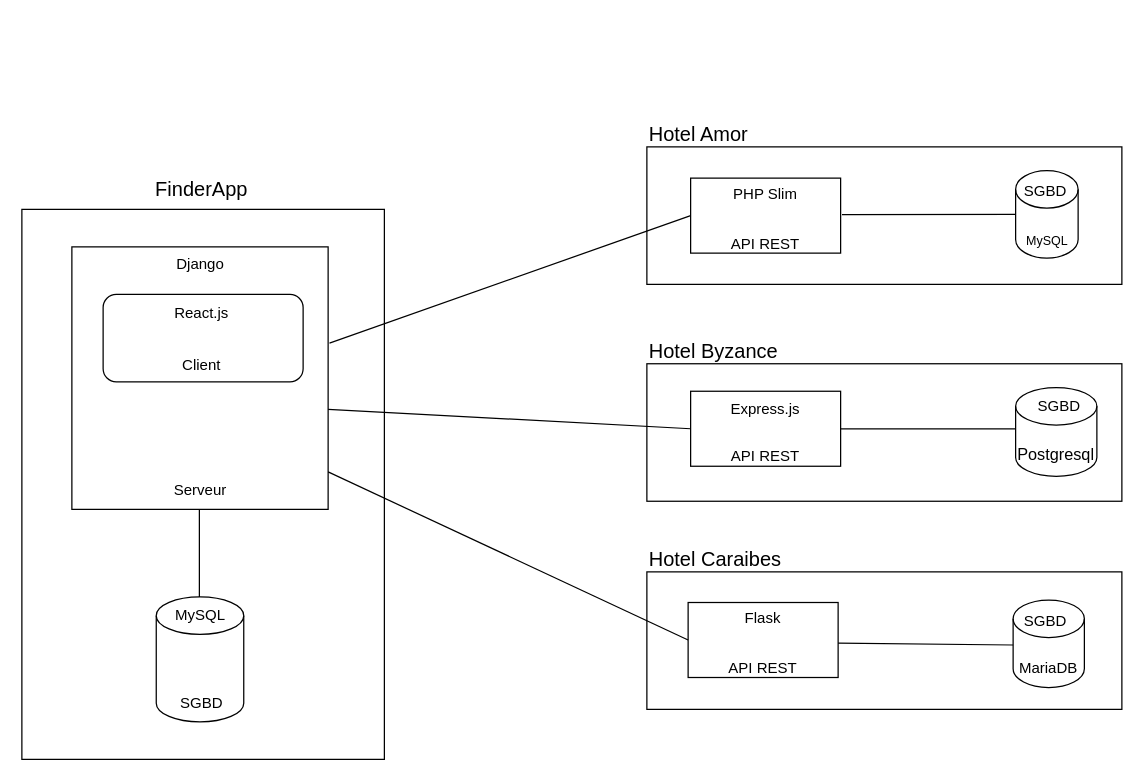
Earlier version of the draw.io diagram docs/finder_deployment.drawio (zh-betina/finder). Source tidied: cells renumbered, new cells numbered last; positions are measured from the earlier drawing's top-left corner, leaving out a move shared by most shapes. Both pictures are drawn from the tidied source at 125%, with x=0, y=0 at pixel (21, 121).
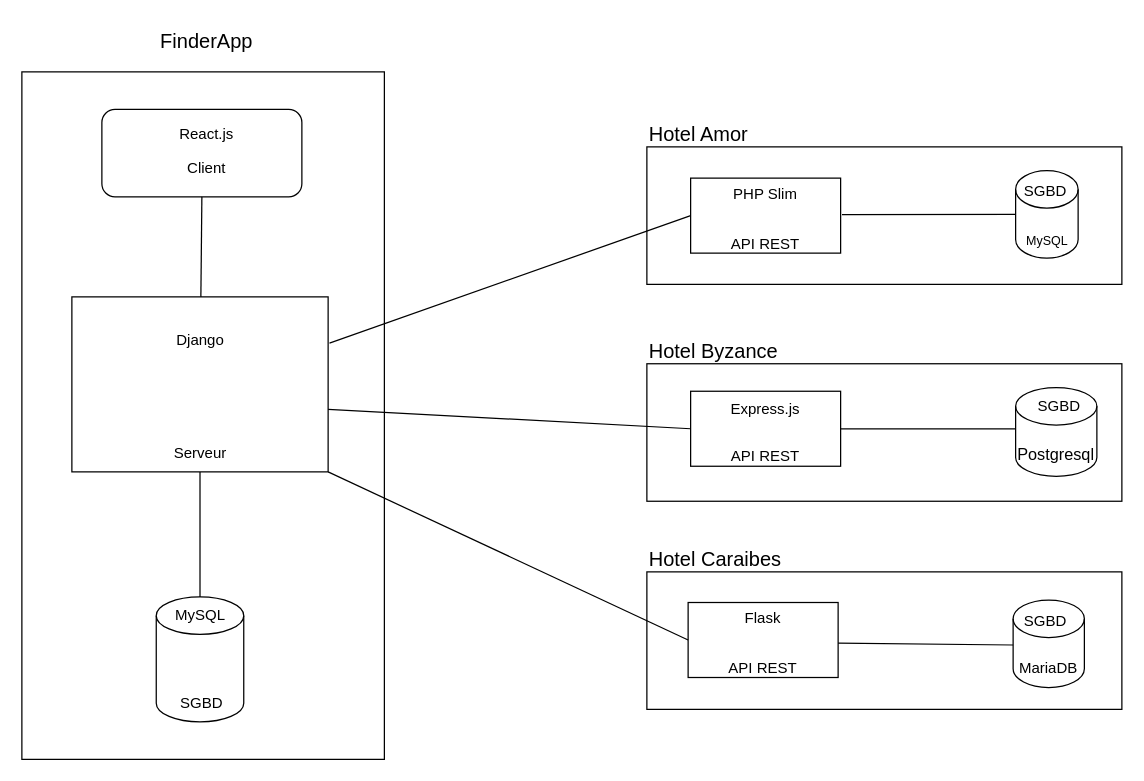
After the change.

The change refers to these unchanged cells:
```xml
<mxCell id="13" value="MySQL" style="text;html=1;strokeColor=none;fillColor=none;align=center;verticalAlign=middle;whiteSpace=wrap;rounded=0;fontSize=12;" parent="1" vertex="1">
  <mxGeometry x="112.5" y="380" width="60" height="30" as="geometry" />
</mxCell>
```

Diff of the diagram source:
```diff
@@
     <mxCell id="2" style="rounded=0;whiteSpace=wrap;html=1;" parent="1" vertex="1">
-      <mxGeometry y="70" width="290" height="440" as="geometry" />
+      <mxGeometry y="-40" width="290" height="550" as="geometry" />
     </mxCell>
     <mxCell id="3" value="&lt;font style=&quot;font-size: 16px;&quot;&gt;FinderApp&lt;/font&gt;" style="text;html=1;strokeColor=none;fillColor=none;align=center;verticalAlign=middle;whiteSpace=wrap;rounded=0;" parent="1" vertex="1">
-      <mxGeometry x="114" y="39" width="60" height="30" as="geometry" />
+      <mxGeometry x="117.5" y="-80" width="60" height="30" as="geometry" />
     </mxCell>
     <mxCell id="4" style="rounded=0;whiteSpace=wrap;html=1;" parent="1" vertex="1">
-      <mxGeometry x="40" y="100" width="205" height="210" as="geometry" />
+      <mxGeometry x="40" y="140" width="205" height="140" as="geometry" />
     </mxCell>
     <mxCell id="5" style="rounded=1;whiteSpace=wrap;html=1;" parent="1" vertex="1">
-      <mxGeometry x="65" y="138" width="160" height="70" as="geometry" />
+      <mxGeometry x="64" y="-10" width="160" height="70" as="geometry" />
     </mxCell>
@@
-    <mxCell id="7" style="endArrow=none;html=1;rounded=0;" parent="1" edge="1">
-      <mxGeometry relative="1" as="geometry">
-        <mxPoint x="142" y="380" as="sourcePoint" />
-        <mxPoint x="142" y="310" as="targetPoint" />
-      </mxGeometry>
-    </mxCell>
     <mxCell id="8" value="&lt;font style=&quot;font-size: 12px;&quot;&gt;Client&lt;/font&gt;" style="text;html=1;strokeColor=none;fillColor=none;align=center;verticalAlign=middle;whiteSpace=wrap;rounded=0;fontSize=16;" parent="1" vertex="1">
-      <mxGeometry x="113.5" y="178" width="60" height="30" as="geometry" />
+      <mxGeometry x="117.5" y="20" width="60" height="30" as="geometry" />
     </mxCell>
     <mxCell id="9" value="React.js" style="text;html=1;strokeColor=none;fillColor=none;align=center;verticalAlign=middle;whiteSpace=wrap;rounded=0;fontSize=12;" parent="1" vertex="1">
-      <mxGeometry x="114" y="138" width="60" height="30" as="geometry" />
+      <mxGeometry x="117.5" y="-5" width="60" height="30" as="geometry" />
     </mxCell>
     <mxCell id="10" value="Django" style="text;html=1;strokeColor=none;fillColor=none;align=center;verticalAlign=middle;whiteSpace=wrap;rounded=0;fontSize=12;" parent="1" vertex="1">
-      <mxGeometry x="112.5" y="99" width="60" height="30" as="geometry" />
+      <mxGeometry x="112.5" y="160" width="60" height="30" as="geometry" />
     </mxCell>
     <mxCell id="11" value="Serveur" style="text;html=1;strokeColor=none;fillColor=none;align=center;verticalAlign=middle;whiteSpace=wrap;rounded=0;fontSize=12;" parent="1" vertex="1">
-      <mxGeometry x="112.5" y="279.5" width="60" height="30" as="geometry" />
+      <mxGeometry x="112.5" y="250" width="60" height="30" as="geometry" />
     </mxCell>
@@
+    <mxCell id="47" style="endArrow=none;html=1;rounded=0;exitX=0.5;exitY=0;exitDx=0;exitDy=0;entryX=0.5;entryY=1;entryDx=0;entryDy=0;" parent="1" edge="1" source="13" target="11">
+      <mxGeometry relative="1" as="geometry" />
+    </mxCell>
+    <mxCell id="48" style="endArrow=none;html=1;rounded=0;entryX=0.5;entryY=1;entryDx=0;entryDy=0;" parent="1" edge="1" source="4" target="5">
+      <mxGeometry relative="1" as="geometry" />
+    </mxCell>
```
